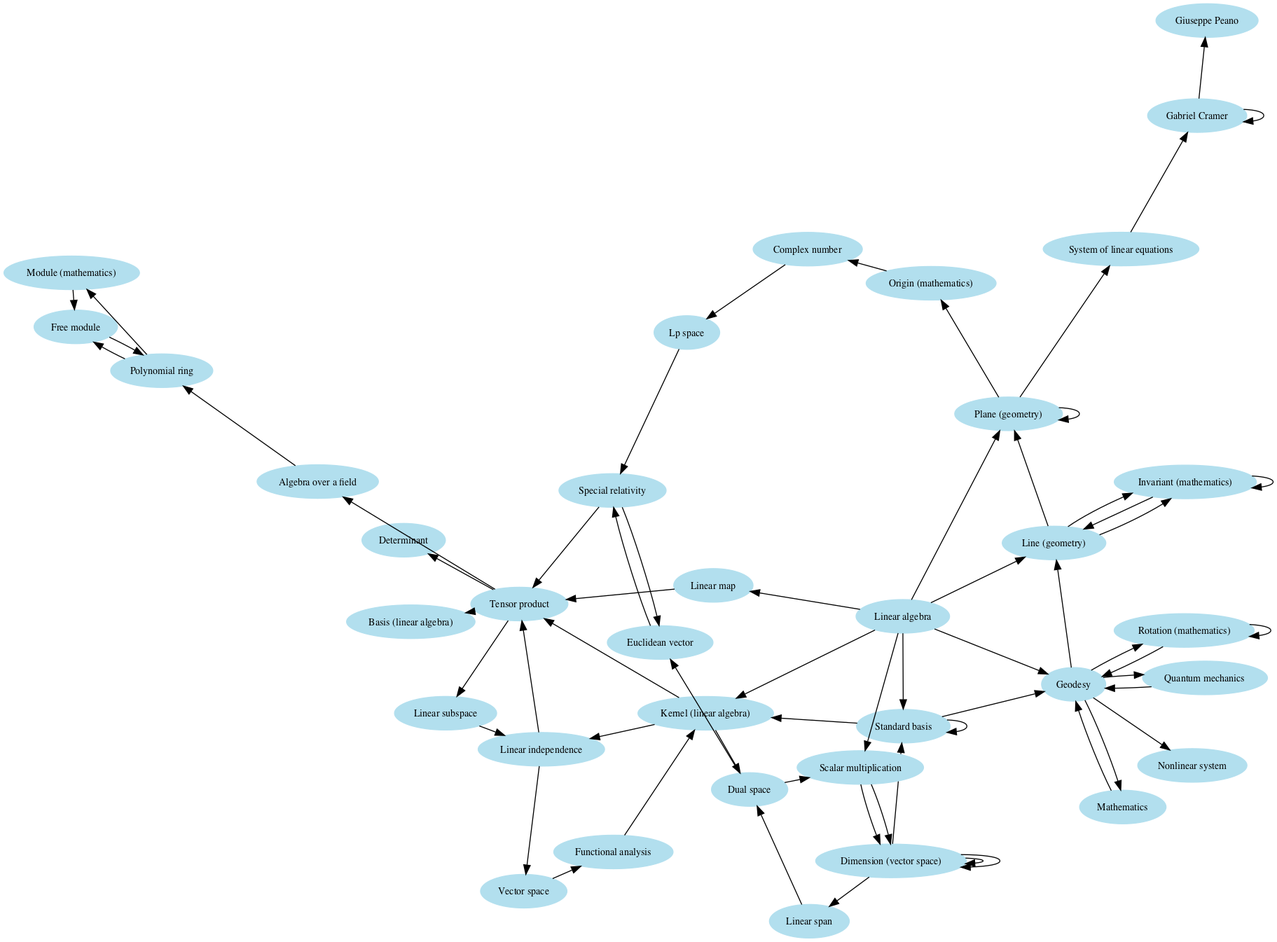
This is pythonapp/graph2.gv.png from CornellDataScience/Wikipedia, a Graphviz export, as it was before one commit. Its source is kept beside it as pythonapp/graph2.gv.
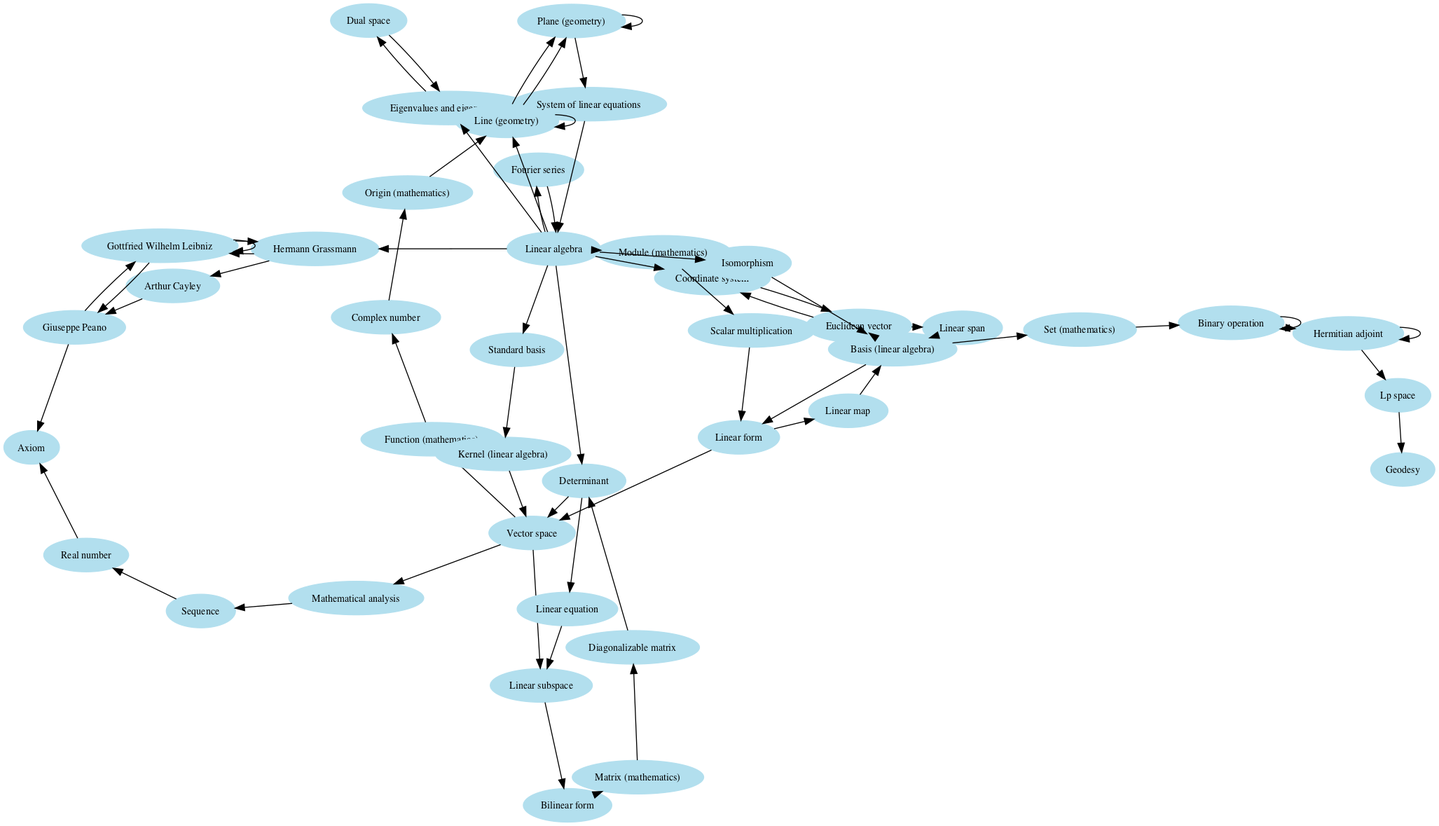
Later version of the same file.

What changed in the source:
```diff
@@ -1,101 +1,107 @@
 digraph "Wikipedia Hierarchy" {
 	size="35,45"
-	"Dimension (vector space)" [label="Dimension (vector space)" color=lightblue2 style=filled]
-	Geodesy [label=Geodesy color=lightblue2 style=filled]
-	"Tensor product" [label="Tensor product" color=lightblue2 style=filled]
-	"Linear independence" [label="Linear independence" color=lightblue2 style=filled]
-	Mathematics [label=Mathematics color=lightblue2 style=filled]
-	"Special relativity" [label="Special relativity" color=lightblue2 style=filled]
-	"Polynomial ring" [label="Polynomial ring" color=lightblue2 style=filled]
-	"Kernel (linear algebra)" [label="Kernel (linear algebra)" color=lightblue2 style=filled]
-	"Basis (linear algebra)" [label="Basis (linear algebra)" color=lightblue2 style=filled]
+	"Vector space" [label="Vector space" color=lightblue2 style=filled]
+	Axiom [label=Axiom color=lightblue2 style=filled]
+	"Function (mathematics)" [label="Function (mathematics)" color=lightblue2 style=filled]
+	"Dual space" [label="Dual space" color=lightblue2 style=filled]
+	"Fourier series" [label="Fourier series" color=lightblue2 style=filled]
 	Determinant [label=Determinant color=lightblue2 style=filled]
-	"Giuseppe Peano" [label="Giuseppe Peano" color=lightblue2 style=filled]
-	"Algebra over a field" [label="Algebra over a field" color=lightblue2 style=filled]
+	"Bilinear form" [label="Bilinear form" color=lightblue2 style=filled]
+	"Origin (mathematics)" [label="Origin (mathematics)" color=lightblue2 style=filled]
+	"Real number" [label="Real number" color=lightblue2 style=filled]
+	"Diagonalizable matrix" [label="Diagonalizable matrix" color=lightblue2 style=filled]
+	"System of linear equations" [label="System of linear equations" color=lightblue2 style=filled]
+	"Eigenvalues and eigenvectors" [label="Eigenvalues and eigenvectors" color=lightblue2 style=filled]
+	"Euclidean vector" [label="Euclidean vector" color=lightblue2 style=filled]
+	Sequence [label=Sequence color=lightblue2 style=filled]
+	"Module (mathematics)" [label="Module (mathematics)" color=lightblue2 style=filled]
+	"Linear equation" [label="Linear equation" color=lightblue2 style=filled]
+	"Arthur Cayley" [label="Arthur Cayley" color=lightblue2 style=filled]
+	"Mathematical analysis" [label="Mathematical analysis" color=lightblue2 style=filled]
+	"Linear form" [label="Linear form" color=lightblue2 style=filled]
+	"Linear span" [label="Linear span" color=lightblue2 style=filled]
+	"Set (mathematics)" [label="Set (mathematics)" color=lightblue2 style=filled]
 	"Lp space" [label="Lp space" color=lightblue2 style=filled]
-	"Dual space" [label="Dual space" color=lightblue2 style=filled]
-	"Free module" [label="Free module" color=lightblue2 style=filled]
-	"Vector space" [label="Vector space" color=lightblue2 style=filled]
-	"Module (mathematics)" [label="Module (mathematics)" color=lightblue2 style=filled]
-	"Quantum mechanics" [label="Quantum mechanics" color=lightblue2 style=filled]
 	"Linear algebra" [label="Linear algebra" color=lightblue2 style=filled]
-	"Line (geometry)" [label="Line (geometry)" color=lightblue2 style=filled]
-	"Scalar multiplication" [label="Scalar multiplication" color=lightblue2 style=filled]
+	"Hermitian adjoint" [label="Hermitian adjoint" color=lightblue2 style=filled]
 	"Standard basis" [label="Standard basis" color=lightblue2 style=filled]
-	"Gabriel Cramer" [label="Gabriel Cramer" color=lightblue2 style=filled]
-	"Linear span" [label="Linear span" color=lightblue2 style=filled]
-	"Origin (mathematics)" [label="Origin (mathematics)" color=lightblue2 style=filled]
-	"System of linear equations" [label="System of linear equations" color=lightblue2 style=filled]
-	"Functional analysis" [label="Functional analysis" color=lightblue2 style=filled]
-	"Rotation (mathematics)" [label="Rotation (mathematics)" color=lightblue2 style=filled]
 	"Linear map" [label="Linear map" color=lightblue2 style=filled]
 	"Complex number" [label="Complex number" color=lightblue2 style=filled]
-	"Nonlinear system" [label="Nonlinear system" color=lightblue2 style=filled]
+	Isomorphism [label=Isomorphism color=lightblue2 style=filled]
+	"Plane (geometry)" [label="Plane (geometry)" color=lightblue2 style=filled]
+	"Matrix (mathematics)" [label="Matrix (mathematics)" color=lightblue2 style=filled]
+	"Hermann Grassmann" [label="Hermann Grassmann" color=lightblue2 style=filled]
+	"Coordinate system" [label="Coordinate system" color=lightblue2 style=filled]
+	Geodesy [label=Geodesy color=lightblue2 style=filled]
 	"Linear subspace" [label="Linear subspace" color=lightblue2 style=filled]
-	"Invariant (mathematics)" [label="Invariant (mathematics)" color=lightblue2 style=filled]
-	"Plane (geometry)" [label="Plane (geometry)" color=lightblue2 style=filled]
-	"Euclidean vector" [label="Euclidean vector" color=lightblue2 style=filled]
-	"Linear algebra" -> "Scalar multiplication" [constraint=false]
-	"Scalar multiplication" -> "Dimension (vector space)" [constraint=false]
-	"Dimension (vector space)" -> "Dimension (vector space)" [constraint=false]
-	"Dimension (vector space)" -> "Dimension (vector space)" [constraint=false]
-	"Dimension (vector space)" -> "Standard basis" [constraint=false]
-	"Standard basis" -> Geodesy [constraint=false]
-	Geodesy -> "Line (geometry)" [constraint=false]
-	"Line (geometry)" -> "Invariant (mathematics)" [constraint=false]
-	"Invariant (mathematics)" -> "Invariant (mathematics)" [constraint=false]
-	"Linear algebra" -> "Linear map" [constraint=false]
-	"Linear map" -> "Tensor product" [constraint=false]
-	"Tensor product" -> "Linear subspace" [constraint=false]
-	"Linear subspace" -> "Linear independence" [constraint=false]
-	"Linear independence" -> "Vector space" [constraint=false]
-	"Vector space" -> "Functional analysis" [constraint=false]
-	"Functional analysis" -> "Kernel (linear algebra)" [constraint=false]
-	"Kernel (linear algebra)" -> "Tensor product" [constraint=false]
-	"Tensor product" -> Determinant [constraint=false]
-	"Linear algebra" -> "Standard basis" [constraint=false]
-	"Standard basis" -> "Standard basis" [constraint=false]
-	"Standard basis" -> "Kernel (linear algebra)" [constraint=false]
-	"Kernel (linear algebra)" -> "Dual space" [constraint=false]
-	"Dual space" -> "Scalar multiplication" [constraint=false]
-	"Scalar multiplication" -> "Dimension (vector space)" [constraint=false]
-	"Dimension (vector space)" -> "Linear span" [constraint=false]
-	"Linear span" -> "Dual space" [constraint=false]
-	"Dual space" -> "Euclidean vector" [constraint=false]
-	"Linear algebra" -> "Plane (geometry)" [constraint=false]
-	"Plane (geometry)" -> "Origin (mathematics)" [constraint=false]
-	"Origin (mathematics)" -> "Complex number" [constraint=false]
-	"Complex number" -> "Lp space" [constraint=false]
-	"Lp space" -> "Special relativity" [constraint=false]
-	"Special relativity" -> "Euclidean vector" [constraint=false]
-	"Euclidean vector" -> "Special relativity" [constraint=false]
-	"Special relativity" -> "Tensor product" [constraint=false]
-	"Tensor product" -> "Basis (linear algebra)" [constraint=false]
-	"Linear algebra" -> Geodesy [constraint=false]
-	Geodesy -> "Rotation (mathematics)" [constraint=false]
-	"Rotation (mathematics)" -> "Rotation (mathematics)" [constraint=false]
-	"Rotation (mathematics)" -> Geodesy [constraint=false]
-	Geodesy -> Mathematics [constraint=false]
-	Mathematics -> Geodesy [constraint=false]
-	Geodesy -> "Quantum mechanics" [constraint=false]
-	"Quantum mechanics" -> Geodesy [constraint=false]
-	Geodesy -> "Nonlinear system" [constraint=false]
+	"Basis (linear algebra)" [label="Basis (linear algebra)" color=lightblue2 style=filled]
+	"Line (geometry)" [label="Line (geometry)" color=lightblue2 style=filled]
+	"Binary operation" [label="Binary operation" color=lightblue2 style=filled]
+	"Giuseppe Peano" [label="Giuseppe Peano" color=lightblue2 style=filled]
+	"Gottfried Wilhelm Leibniz" [label="Gottfried Wilhelm Leibniz" color=lightblue2 style=filled]
+	"Kernel (linear algebra)" [label="Kernel (linear algebra)" color=lightblue2 style=filled]
+	"Scalar multiplication" [label="Scalar multiplication" color=lightblue2 style=filled]
+	"Linear algebra" -> "Hermann Grassmann" [constraint=false]
+	"Hermann Grassmann" -> "Arthur Cayley" [constraint=false]
+	"Arthur Cayley" -> "Giuseppe Peano" [constraint=false]
+	"Giuseppe Peano" -> "Gottfried Wilhelm Leibniz" [constraint=false]
+	"Gottfried Wilhelm Leibniz" -> "Gottfried Wilhelm Leibniz" [constraint=false]
+	"Gottfried Wilhelm Leibniz" -> "Hermann Grassmann" [constraint=false]
+	"Hermann Grassmann" -> "Gottfried Wilhelm Leibniz" [constraint=false]
+	"Gottfried Wilhelm Leibniz" -> "Giuseppe Peano" [constraint=false]
+	"Giuseppe Peano" -> Axiom [constraint=false]
 	"Linear algebra" -> "Line (geometry)" [constraint=false]
-	"Line (geometry)" -> "Invariant (mathematics)" [constraint=false]
-	"Invariant (mathematics)" -> "Line (geometry)" [constraint=false]
+	"Line (geometry)" -> "Line (geometry)" [constraint=false]
 	"Line (geometry)" -> "Plane (geometry)" [constraint=false]
 	"Plane (geometry)" -> "Plane (geometry)" [constraint=false]
 	"Plane (geometry)" -> "System of linear equations" [constraint=false]
-	"System of linear equations" -> "Gabriel Cramer" [constraint=false]
-	"Gabriel Cramer" -> "Gabriel Cramer" [constraint=false]
-	"Gabriel Cramer" -> "Giuseppe Peano" [constraint=false]
-	"Linear algebra" -> "Kernel (linear algebra)" [constraint=false]
-	"Kernel (linear algebra)" -> "Linear independence" [constraint=false]
-	"Linear independence" -> "Tensor product" [constraint=false]
-	"Tensor product" -> "Algebra over a field" [constraint=false]
-	"Algebra over a field" -> "Polynomial ring" [constraint=false]
-	"Polynomial ring" -> "Free module" [constraint=false]
-	"Free module" -> "Polynomial ring" [constraint=false]
-	"Polynomial ring" -> "Module (mathematics)" [constraint=false]
-	"Module (mathematics)" -> "Free module" [constraint=false]
+	"System of linear equations" -> "Linear algebra" [constraint=false]
+	"Linear algebra" -> "Eigenvalues and eigenvectors" [constraint=false]
+	"Eigenvalues and eigenvectors" -> "Dual space" [constraint=false]
+	"Dual space" -> "Eigenvalues and eigenvectors" [constraint=false]
+	"Linear algebra" -> "Module (mathematics)" [constraint=false]
+	"Module (mathematics)" -> "Scalar multiplication" [constraint=false]
+	"Scalar multiplication" -> "Linear form" [constraint=false]
+	"Linear form" -> "Vector space" [constraint=false]
+	"Vector space" -> "Function (mathematics)" [constraint=false]
+	"Function (mathematics)" -> "Complex number" [constraint=false]
+	"Complex number" -> "Origin (mathematics)" [constraint=false]
+	"Origin (mathematics)" -> "Line (geometry)" [constraint=false]
+	"Line (geometry)" -> "Plane (geometry)" [constraint=false]
+	"Linear algebra" -> "Coordinate system" [constraint=false]
+	"Coordinate system" -> "Euclidean vector" [constraint=false]
+	"Euclidean vector" -> "Linear span" [constraint=false]
+	"Linear span" -> "Basis (linear algebra)" [constraint=false]
+	"Basis (linear algebra)" -> "Linear form" [constraint=false]
+	"Linear form" -> "Linear map" [constraint=false]
+	"Linear map" -> "Basis (linear algebra)" [constraint=false]
+	"Basis (linear algebra)" -> "Euclidean vector" [constraint=false]
+	"Euclidean vector" -> "Coordinate system" [constraint=false]
+	"Linear algebra" -> Isomorphism [constraint=false]
+	Isomorphism -> "Basis (linear algebra)" [constraint=false]
+	"Basis (linear algebra)" -> "Set (mathematics)" [constraint=false]
+	"Set (mathematics)" -> "Binary operation" [constraint=false]
+	"Binary operation" -> "Binary operation" [constraint=false]
+	"Binary operation" -> "Hermitian adjoint" [constraint=false]
+	"Hermitian adjoint" -> "Hermitian adjoint" [constraint=false]
+	"Hermitian adjoint" -> "Lp space" [constraint=false]
+	"Lp space" -> Geodesy [constraint=false]
+	"Linear algebra" -> "Fourier series" [constraint=false]
+	"Fourier series" -> "Linear algebra" [constraint=false]
+	"Linear algebra" -> "Standard basis" [constraint=false]
+	"Standard basis" -> "Kernel (linear algebra)" [constraint=false]
+	"Kernel (linear algebra)" -> "Vector space" [constraint=false]
+	"Vector space" -> "Mathematical analysis" [constraint=false]
+	"Mathematical analysis" -> Sequence [constraint=false]
+	Sequence -> "Real number" [constraint=false]
+	"Real number" -> Axiom [constraint=false]
+	"Linear algebra" -> Determinant [constraint=false]
+	Determinant -> "Vector space" [constraint=false]
+	"Vector space" -> "Linear subspace" [constraint=false]
+	"Linear subspace" -> "Bilinear form" [constraint=false]
+	"Bilinear form" -> "Matrix (mathematics)" [constraint=false]
+	"Matrix (mathematics)" -> "Diagonalizable matrix" [constraint=false]
+	"Diagonalizable matrix" -> Determinant [constraint=false]
+	Determinant -> "Linear equation" [constraint=false]
+	"Linear equation" -> "Linear subspace" [constraint=false]
 }
```
